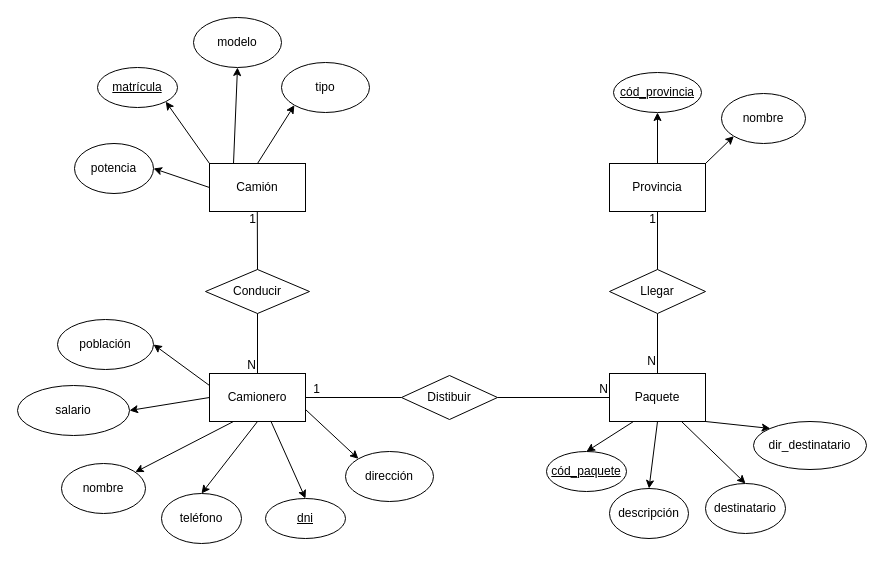
The draw.io diagram ejercicio 2 DER.drawio in Kevchuuu/Base-de-datos-, before the edit. Source tidied: cells renumbered, new cells numbered last; positions are measured from the earlier drawing's top-left corner, leaving out a move shared by most shapes. Both pictures are drawn from the tidied source at 100%, with x=0, y=0 at pixel (17, 17).
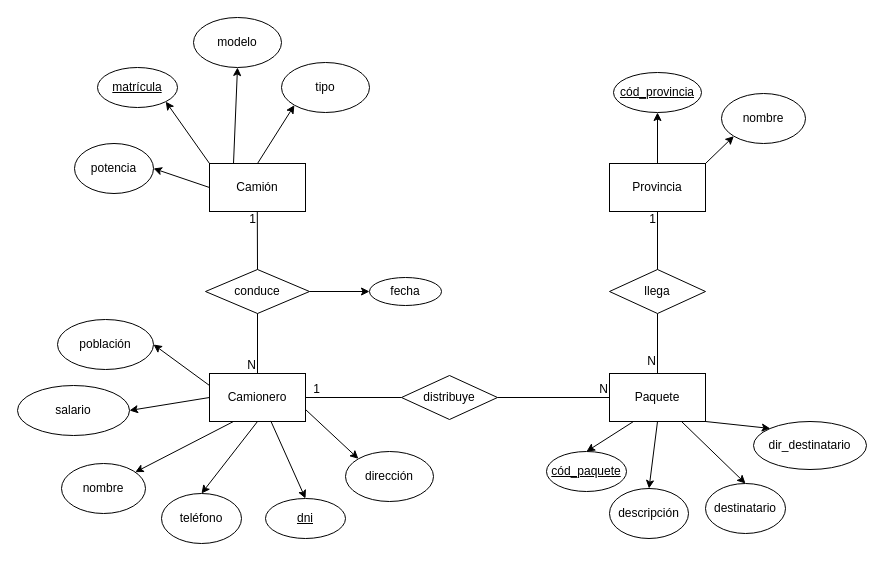
The same diagram, later.

What changed in the source:
```diff
@@
+    <mxCell id="53" style="edgeStyle=orthogonalEdgeStyle;rounded=0;jettySize=auto;html=1;exitX=1;exitY=0.5;exitDx=0;exitDy=0;entryX=0;entryY=0.5;entryDx=0;entryDy=0;" parent="1" edge="1" source="30" target="54">
+      <mxGeometry relative="1" as="geometry" />
+    </mxCell>
-    <mxCell id="30" value="Conducir" style="shape=rhombus;perimeter=rhombusPerimeter;whiteSpace=wrap;html=1;align=center;" parent="1" vertex="1">
+    <mxCell id="30" value="conduce" style="shape=rhombus;perimeter=rhombusPerimeter;whiteSpace=wrap;html=1;align=center;" parent="1" vertex="1">
       <mxGeometry x="188" y="252" width="104" height="44" as="geometry" />
     </mxCell>
@@
-    <mxCell id="39" value="Distibuir" style="shape=rhombus;perimeter=rhombusPerimeter;whiteSpace=wrap;html=1;align=center;" parent="1" vertex="1">
+    <mxCell id="39" value="distribuye" style="shape=rhombus;perimeter=rhombusPerimeter;whiteSpace=wrap;html=1;align=center;" parent="1" vertex="1">
       <mxGeometry x="384" y="358" width="96" height="44" as="geometry" />
     </mxCell>
@@
-    <mxCell id="45" value="Llegar" style="shape=rhombus;perimeter=rhombusPerimeter;whiteSpace=wrap;html=1;align=center;" parent="1" vertex="1">
+    <mxCell id="45" value="llega" style="shape=rhombus;perimeter=rhombusPerimeter;whiteSpace=wrap;html=1;align=center;" parent="1" vertex="1">
       <mxGeometry x="592" y="252" width="96" height="44" as="geometry" />
     </mxCell>
@@
+    <mxCell id="54" value="fecha" style="ellipse;whiteSpace=wrap;html=1;" parent="1" vertex="1">
+      <mxGeometry x="352" y="260" width="72" height="28" as="geometry" />
+    </mxCell>
```
